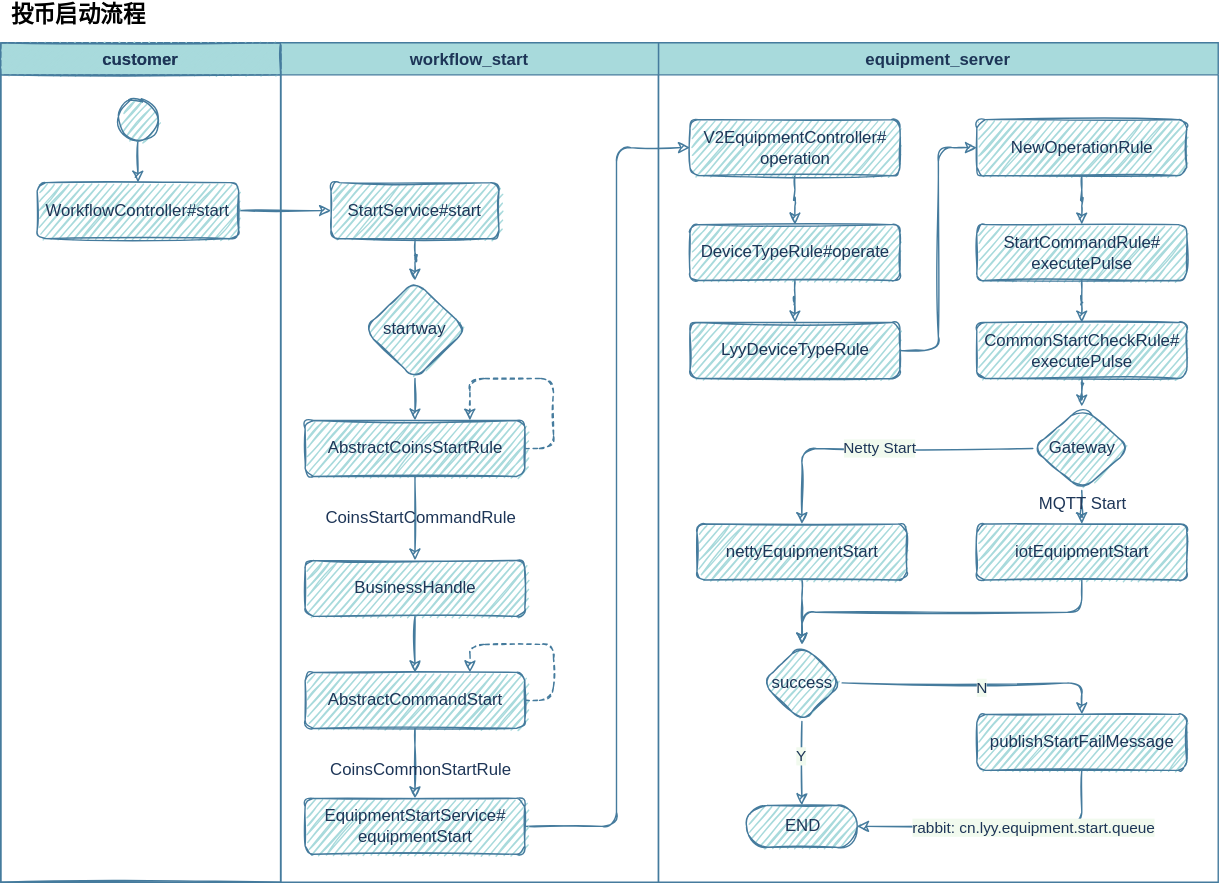
Before: start flow.drawio.svg, a diagram exported from draw.io (jingwux/diagrams). Source tidied: cells renumbered, new cells last; positions are measured from the earlier drawing's top-left corner, leaving out a move shared by most shapes.
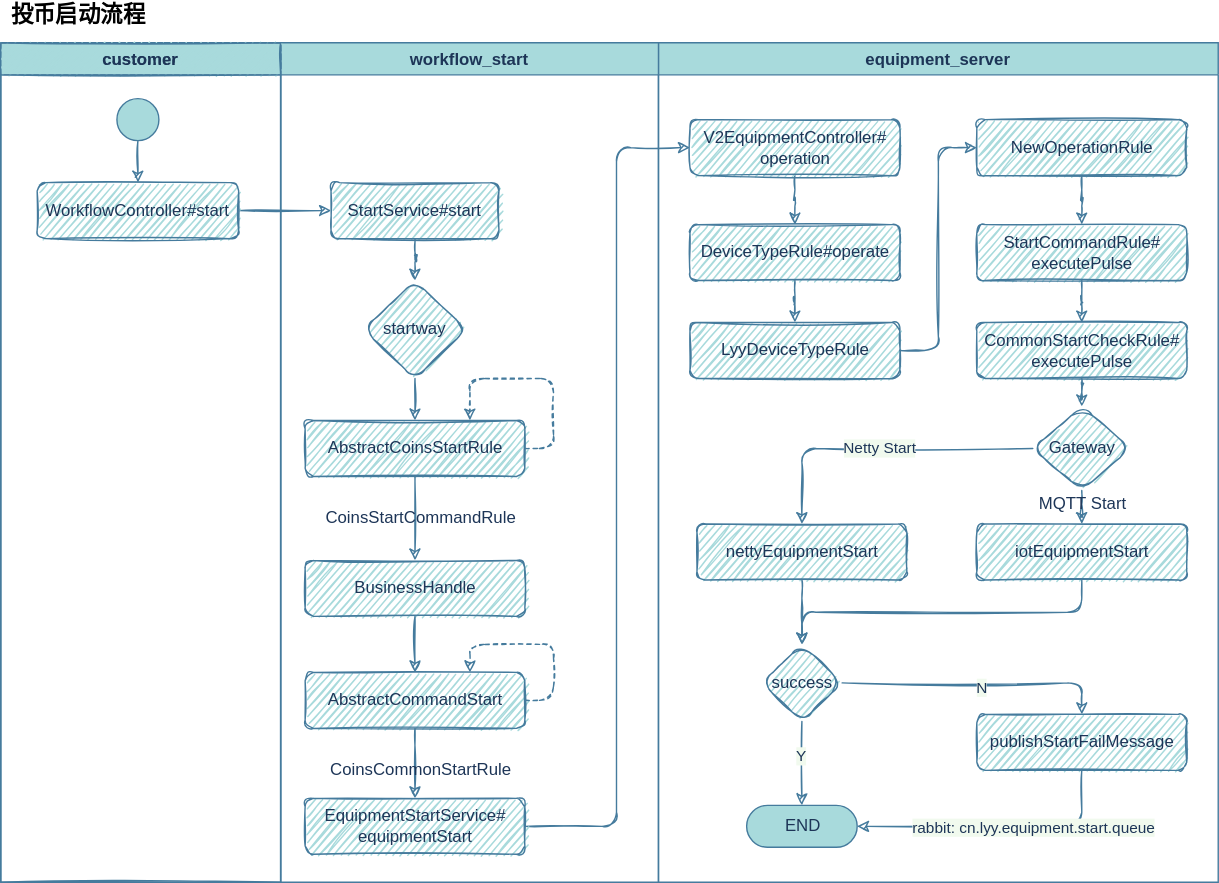
After the change.

Change to the diagram source:
```diff
@@ -8,7 +8,7 @@
     <mxCell id="3" value="success" style="rhombus;whiteSpace=wrap;html=1;shadow=0;strokeWidth=1;glass=0;fillColor=#A8DADC;strokeColor=#457B9D;fontColor=#1D3557;sketch=1;rounded=1;" parent="2" vertex="1">
       <mxGeometry x="73.8" y="430" width="57.5" height="55" as="geometry" />
     </mxCell>
-    <mxCell id="4" value="END" style="html=1;dashed=0;whitespace=wrap;shape=mxgraph.dfd.start;fillColor=#A8DADC;strokeColor=#457B9D;fontColor=#1D3557;sketch=1;rounded=1;" parent="2" vertex="1">
+    <mxCell id="4" value="END" style="html=1;dashed=0;whitespace=wrap;shape=mxgraph.dfd.start;fillColor=#A8DADC;strokeColor=#457B9D;fontColor=#1D3557;sketch=0;rounded=1;shadow=0;" parent="2" vertex="1">
       <mxGeometry x="63" y="545" width="79" height="30" as="geometry" />
     </mxCell>
     <mxCell id="5" style="edgeStyle=orthogonalEdgeStyle;jettySize=auto;html=1;exitX=0.5;exitY=1;exitDx=0;exitDy=0;entryX=0.5;entryY=0.5;entryDx=0;entryDy=-15;entryPerimeter=0;strokeColor=#457B9D;fontColor=#1D3557;sketch=1;labelBackgroundColor=#F1FAEE;" parent="2" edge="1" source="3" target="4">
@@ -188,7 +188,7 @@
         </Array>
       </mxGeometry>
     </mxCell>
-    <mxCell id="54" style="strokeWidth=1;html=1;shape=mxgraph.flowchart.start_2;whiteSpace=wrap;fillColor=#A8DADC;strokeColor=#457B9D;fontColor=#1D3557;sketch=1;rounded=1;" parent="1" vertex="1">
+    <mxCell id="54" style="strokeWidth=1;html=1;shape=mxgraph.flowchart.start_2;whiteSpace=wrap;fillColor=#A8DADC;strokeColor=#457B9D;fontColor=#1D3557;sketch=0;rounded=1;" parent="1" vertex="1">
       <mxGeometry x="83" y="70" width="30" height="30" as="geometry" />
     </mxCell>
     <mxCell id="55" value="&lt;font style=&quot;font-size: 16px&quot;&gt;&lt;b&gt;投币启动流程&lt;/b&gt;&lt;/font&gt;" style="text;html=1;align=center;verticalAlign=middle;" parent="1" vertex="1">
```
